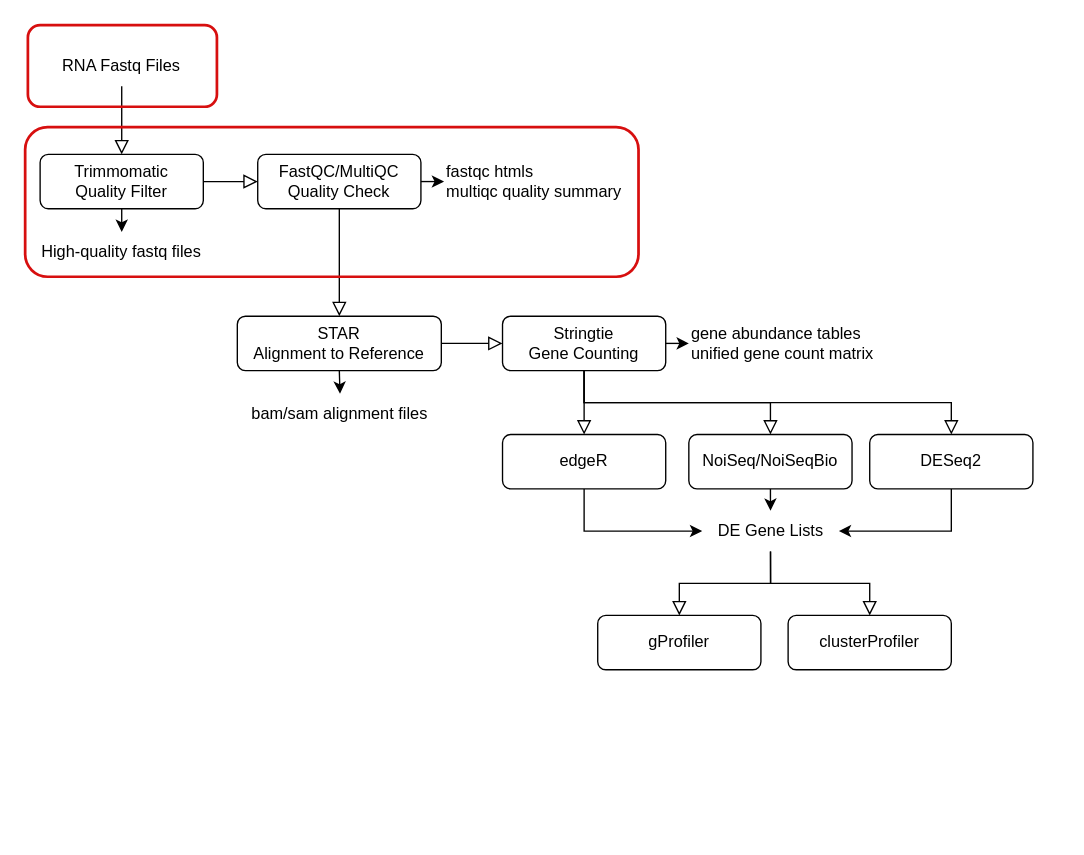
The draw.io diagram RNA/Untitled Diagram.drawio in kristina28/biocore-tutorials, before the edit. Source tidied: cells renumbered, new cells numbered last; positions are measured from the earlier drawing's top-left corner, leaving out a move shared by most shapes. Both pictures are drawn from the tidied source at 136%, with x=0, y=0 at pixel (24, 24).
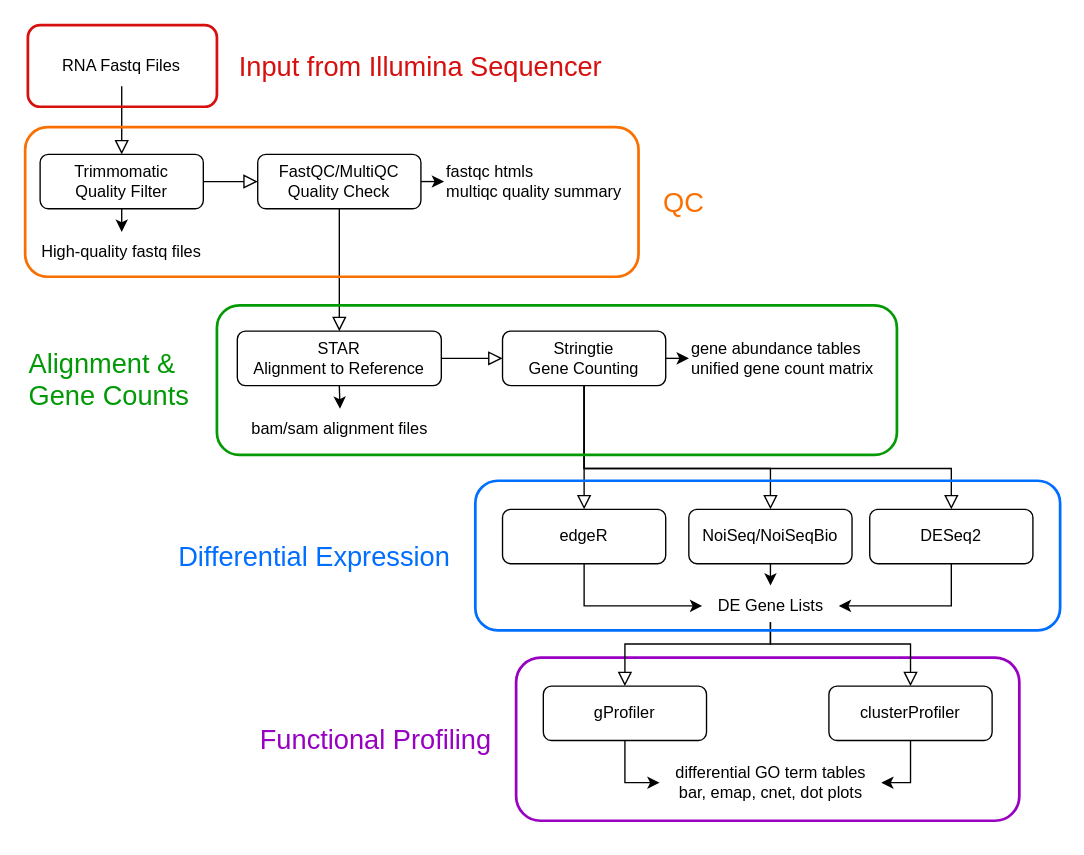
The same page after the edit.

Diff of the diagram source:
```diff
@@
+    <mxCell id="35" style="rounded=1;whiteSpace=wrap;html=1;fillColor=none;strokeWidth=2;strokeColor=#9800c2;" parent="1" vertex="1">
+      <mxGeometry x="361" y="465" width="370" height="120" as="geometry" />
+    </mxCell>
@@
     <mxCell id="5" value="gProfiler" style="rounded=1;whiteSpace=wrap;html=1;fontSize=12;glass=0;strokeWidth=1;shadow=0;" parent="1" vertex="1">
-      <mxGeometry x="421" y="434" width="120" height="40" as="geometry" />
+      <mxGeometry x="381" y="486" width="120" height="40" as="geometry" />
     </mxCell>
     <mxCell id="6" value="STAR&lt;br&gt;Alignment to Reference" style="rounded=1;whiteSpace=wrap;html=1;fontSize=12;glass=0;strokeWidth=1;shadow=0;" parent="1" vertex="1">
-      <mxGeometry x="156" y="214" width="150" height="40" as="geometry" />
+      <mxGeometry x="156" y="225" width="150" height="40" as="geometry" />
     </mxCell>
@@
     <mxCell id="15" value="Stringtie&lt;br&gt;Gene Counting" style="whiteSpace=wrap;html=1;rounded=1;glass=0;strokeWidth=1;shadow=0;" parent="1" vertex="1">
-      <mxGeometry x="351" y="214" width="120" height="40" as="geometry" />
+      <mxGeometry x="351" y="225" width="120" height="40" as="geometry" />
     </mxCell>
     <mxCell id="16" value="bam/sam alignment files" style="text;html=1;strokeColor=none;fillColor=none;align=center;verticalAlign=middle;whiteSpace=wrap;rounded=0;" parent="1" vertex="1">
-      <mxGeometry x="164" y="271" width="135" height="30" as="geometry" />
+      <mxGeometry x="164" y="282" width="135" height="30" as="geometry" />
     </mxCell>
     <mxCell id="17" style="endArrow=classic;html=1;rounded=0;entryX=0.5;entryY=0;entryDx=0;entryDy=0;" parent="1" edge="1" target="16">
       <mxGeometry relative="1" as="geometry">
-        <mxPoint x="231" y="254" as="sourcePoint" />
+        <mxPoint x="231" y="265" as="sourcePoint" />
       </mxGeometry>
     </mxCell>
     <mxCell id="18" value="gene abundance tables&lt;br&gt;unified gene count matrix" style="text;html=1;strokeColor=none;fillColor=none;align=left;verticalAlign=middle;whiteSpace=wrap;rounded=0;" parent="1" vertex="1">
-      <mxGeometry x="488" y="219" width="140" height="30" as="geometry" />
+      <mxGeometry x="488" y="230" width="140" height="30" as="geometry" />
     </mxCell>
@@
     <mxCell id="20" value="edgeR" style="whiteSpace=wrap;html=1;rounded=1;glass=0;strokeWidth=1;shadow=0;" parent="1" vertex="1">
-      <mxGeometry x="351" y="301" width="120" height="40" as="geometry" />
+      <mxGeometry x="351" y="356" width="120" height="40" as="geometry" />
     </mxCell>
     <mxCell id="21" value="NoiSeq/NoiSeqBio" style="whiteSpace=wrap;html=1;rounded=1;glass=0;strokeWidth=1;shadow=0;" parent="1" vertex="1">
-      <mxGeometry x="488" y="301" width="120" height="40" as="geometry" />
+      <mxGeometry x="488" y="356" width="120" height="40" as="geometry" />
     </mxCell>
     <mxCell id="22" value="DESeq2" style="whiteSpace=wrap;html=1;rounded=1;glass=0;strokeWidth=1;shadow=0;" parent="1" vertex="1">
-      <mxGeometry x="621" y="301" width="120" height="40" as="geometry" />
+      <mxGeometry x="621" y="356" width="120" height="40" as="geometry" />
     </mxCell>
     <mxCell id="23" style="edgeStyle=orthogonalEdgeStyle;rounded=0;jettySize=auto;html=1;exitX=0.5;exitY=1;exitDx=0;exitDy=0;entryX=0.5;entryY=0;entryDx=0;entryDy=0;endSize=8;endArrow=block;endFill=0;" parent="1" edge="1" source="15" target="21">
-      <mxGeometry relative="1" as="geometry" />
+      <mxGeometry relative="1" as="geometry">
+        <Array as="points">
+          <mxPoint x="411" y="326" />
+          <mxPoint x="548" y="326" />
+        </Array>
+      </mxGeometry>
     </mxCell>
     <mxCell id="24" style="edgeStyle=orthogonalEdgeStyle;rounded=0;jettySize=auto;html=1;exitX=0.5;exitY=1;exitDx=0;exitDy=0;entryX=0.5;entryY=0;entryDx=0;entryDy=0;endSize=8;endArrow=block;endFill=0;" parent="1" edge="1" source="15" target="22">
-      <mxGeometry relative="1" as="geometry" />
+      <mxGeometry relative="1" as="geometry">
+        <Array as="points">
+          <mxPoint x="411" y="326" />
+          <mxPoint x="681" y="326" />
+        </Array>
+      </mxGeometry>
     </mxCell>
     <mxCell id="25" value="DE Gene Lists" style="text;html=1;strokeColor=none;fillColor=none;align=center;verticalAlign=middle;whiteSpace=wrap;rounded=0;" parent="1" vertex="1">
-      <mxGeometry x="497.8" y="357" width="100.5" height="30" as="geometry" />
+      <mxGeometry x="497.8" y="412" width="100.5" height="30" as="geometry" />
     </mxCell>
@@
     <mxCell id="27" value="clusterProfiler" style="rounded=1;whiteSpace=wrap;html=1;fontSize=12;glass=0;strokeWidth=1;shadow=0;" parent="1" vertex="1">
-      <mxGeometry x="561" y="434" width="120" height="40" as="geometry" />
+      <mxGeometry x="591" y="486" width="120" height="40" as="geometry" />
     </mxCell>
@@
-    <mxCell id="30" style="edgeStyle=orthogonalEdgeStyle;rounded=0;jettySize=auto;html=1;exitX=0.5;exitY=1;exitDx=0;exitDy=0;entryX=0.5;entryY=0;entryDx=0;entryDy=0;endSize=8;endArrow=block;endFill=0;" parent="1" edge="1" source="25" target="27">
-      <mxGeometry relative="1" as="geometry" />
+    <mxCell id="30" style="edgeStyle=orthogonalEdgeStyle;rounded=0;jettySize=auto;html=1;exitX=0.5;exitY=1;exitDx=0;exitDy=0;entryX=0.5;entryY=0;entryDx=0;entryDy=0;endSize=8;endArrow=block;endFill=0;" parent="1" edge="1" target="27">
+      <mxGeometry relative="1" as="geometry">
+        <mxPoint x="548" y="439" as="sourcePoint" />
+        <Array as="points">
+          <mxPoint x="548" y="455" />
+          <mxPoint x="651" y="455" />
+        </Array>
+      </mxGeometry>
     </mxCell>
-    <mxCell id="31" style="edgeStyle=orthogonalEdgeStyle;rounded=0;jettySize=auto;html=1;exitX=0.5;exitY=1;exitDx=0;exitDy=0;entryX=0.5;entryY=0;entryDx=0;entryDy=0;endSize=8;endArrow=block;endFill=0;" parent="1" edge="1" source="25" target="5">
-      <mxGeometry relative="1" as="geometry" />
+    <mxCell id="31" style="edgeStyle=orthogonalEdgeStyle;rounded=0;jettySize=auto;html=1;exitX=0.5;exitY=1;exitDx=0;exitDy=0;entryX=0.5;entryY=0;entryDx=0;entryDy=0;endSize=8;endArrow=block;endFill=0;" parent="1" edge="1" target="5">
+      <mxGeometry relative="1" as="geometry">
+        <mxPoint x="548" y="439" as="sourcePoint" />
+        <Array as="points">
+          <mxPoint x="548" y="455" />
+          <mxPoint x="441" y="455" />
+        </Array>
+      </mxGeometry>
     </mxCell>
@@
-    <mxCell id="34" style="rounded=1;whiteSpace=wrap;html=1;fillColor=none;strokeWidth=2;strokeColor=#d70f0f;" parent="1" vertex="1">
+    <mxCell id="34" style="rounded=1;whiteSpace=wrap;html=1;fillColor=none;strokeWidth=2;strokeColor=#fa7000;" parent="1" vertex="1">
       <mxGeometry y="75" width="451" height="110" as="geometry" />
     </mxCell>
+    <mxCell id="36" style="rounded=1;whiteSpace=wrap;html=1;fillColor=none;strokeWidth=2;strokeColor=#049a06;" parent="1" vertex="1">
+      <mxGeometry x="141" y="206" width="500" height="110" as="geometry" />
+    </mxCell>
+    <mxCell id="37" style="rounded=1;whiteSpace=wrap;html=1;fillColor=none;strokeWidth=2;strokeColor=#006eff;fontColor=#007FE0;" parent="1" vertex="1">
+      <mxGeometry x="331" y="335" width="430" height="110" as="geometry" />
+    </mxCell>
+    <mxCell id="38" value="differential GO term tables&lt;br&gt;bar, emap, cnet, dot plots" style="text;html=1;strokeColor=none;fillColor=none;align=center;verticalAlign=middle;whiteSpace=wrap;rounded=0;" parent="1" vertex="1">
+      <mxGeometry x="466.5" y="542" width="163" height="30" as="geometry" />
+    </mxCell>
+    <mxCell id="39" style="endArrow=classic;html=1;rounded=0;exitX=0.5;exitY=1;exitDx=0;exitDy=0;entryX=0;entryY=0.5;entryDx=0;entryDy=0;edgeStyle=orthogonalEdgeStyle;" parent="1" edge="1" source="5" target="38">
+      <mxGeometry relative="1" as="geometry" />
+    </mxCell>
+    <mxCell id="40" style="endArrow=classic;html=1;rounded=0;exitX=0.5;exitY=1;exitDx=0;exitDy=0;entryX=1;entryY=0.5;entryDx=0;entryDy=0;edgeStyle=orthogonalEdgeStyle;" parent="1" edge="1" source="27" target="38">
+      <mxGeometry relative="1" as="geometry" />
+    </mxCell>
+    <mxCell id="41" style="edgeStyle=orthogonalEdgeStyle;rounded=0;orthogonalLoop=1;jettySize=auto;html=1;exitX=0.5;exitY=1;exitDx=0;exitDy=0;" parent="1" edge="1" source="35" target="35">
+      <mxGeometry relative="1" as="geometry" />
+    </mxCell>
+    <mxCell id="42" value="Input from Illumina Sequencer" style="text;html=1;strokeColor=none;fillColor=none;align=center;verticalAlign=middle;whiteSpace=wrap;rounded=0;fontSize=20;fontStyle=0;fontColor=#d70f0f;" parent="1" vertex="1">
+      <mxGeometry x="151" y="15" width="280" height="30" as="geometry" />
+    </mxCell>
+    <mxCell id="43" value="QC" style="text;html=1;strokeColor=none;fillColor=none;align=center;verticalAlign=middle;whiteSpace=wrap;rounded=0;fontSize=20;fontStyle=0;fontColor=#fa7002;" parent="1" vertex="1">
+      <mxGeometry x="466.5" y="115" width="34.5" height="30" as="geometry" />
+    </mxCell>
+    <mxCell id="44" value="Alignment &amp;amp;&lt;br&gt;Gene Counts" style="text;html=1;strokeColor=none;fillColor=none;align=left;verticalAlign=middle;whiteSpace=wrap;rounded=0;fontSize=20;fontStyle=0;fontColor=#019a06;" parent="1" vertex="1">
+      <mxGeometry x="1" y="245" width="130" height="30" as="geometry" />
+    </mxCell>
+    <mxCell id="45" value="Differential Expression" style="text;html=1;strokeColor=none;fillColor=none;align=left;verticalAlign=middle;whiteSpace=wrap;rounded=0;fontSize=20;fontStyle=0;fontColor=#006eff;" parent="1" vertex="1">
+      <mxGeometry x="111" y="375" width="210" height="30" as="geometry" />
+    </mxCell>
+    <mxCell id="46" value="Functional Profiling" style="text;html=1;strokeColor=none;fillColor=none;align=left;verticalAlign=middle;whiteSpace=wrap;rounded=0;fontSize=20;fontStyle=0;fontColor=#9800c2;" parent="1" vertex="1">
+      <mxGeometry x="171" y="510" width="175" height="30" as="geometry" />
+    </mxCell>
```
